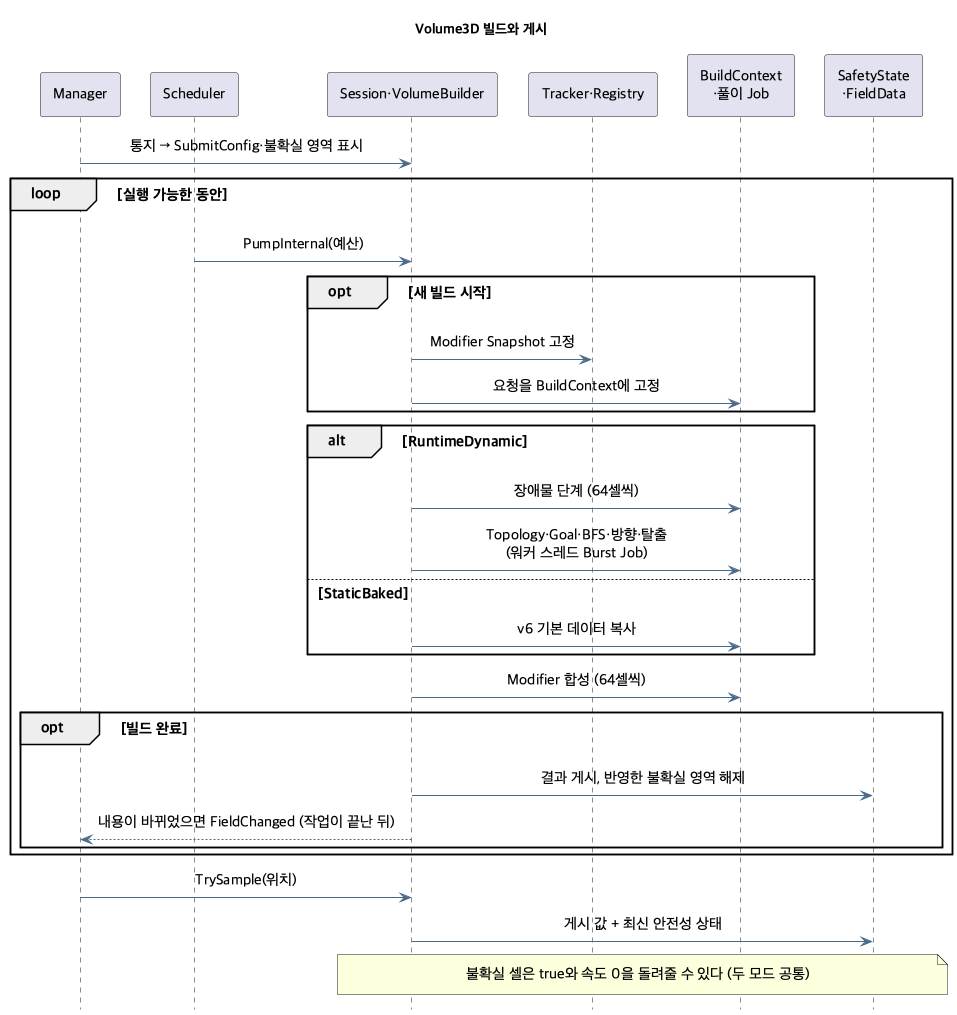
Earlier version of the PlantUML export ToyProject/Assets/_FlowField/Docs/Images/flowfield-volume.png (youwonsock/tool-unity-editor). Its diagram source:
```plantuml
@startuml flowfield-volume
skinparam shadowing false
skinparam defaultFontName "Apple SD Gothic Neo"
skinparam defaultFontSize 15
skinparam ArrowColor #496A88
skinparam Padding 6
skinparam sequenceMessageAlign center
skinparam ParticipantPadding 10
hide footbox
title Volume3D 빌드와 게시

participant "Manager" as M
participant "Scheduler" as Q
participant "Session·VolumeBuilder" as S
participant "Tracker·Registry" as O
participant "BuildContext\n·풀이 Job" as B
participant "SafetyState\n·FieldData" as P

M -> S : 통지 → SubmitConfig·불확실 영역 표시
loop 실행 가능한 동안
  Q -> S : PumpInternal(예산)
  opt 새 빌드 시작
    S -> O : Modifier Snapshot 고정
    S -> B : 요청을 BuildContext에 고정
  end
  alt RuntimeDynamic
    S -> B : 장애물 단계 (64셀씩)
    S -> B : Topology·Goal·BFS·방향·탈출\n(워커 스레드 Burst Job)
  else StaticBaked
    S -> B : v6 기본 데이터 복사
  end
  S -> B : Modifier 합성 (64셀씩)
  opt 빌드 완료
    S -> P : 결과 게시, 반영한 불확실 영역 해제
    S --> M : 내용이 바뀌었으면 FieldChanged (작업이 끝난 뒤)
  end
end
M -> S : TrySample(위치)
S -> P : 게시 값 + 최신 안전성 상태
note over S,P : 불확실 셀은 true와 속도 0을 돌려줄 수 있다 (두 모드 공통)
@enduml
```
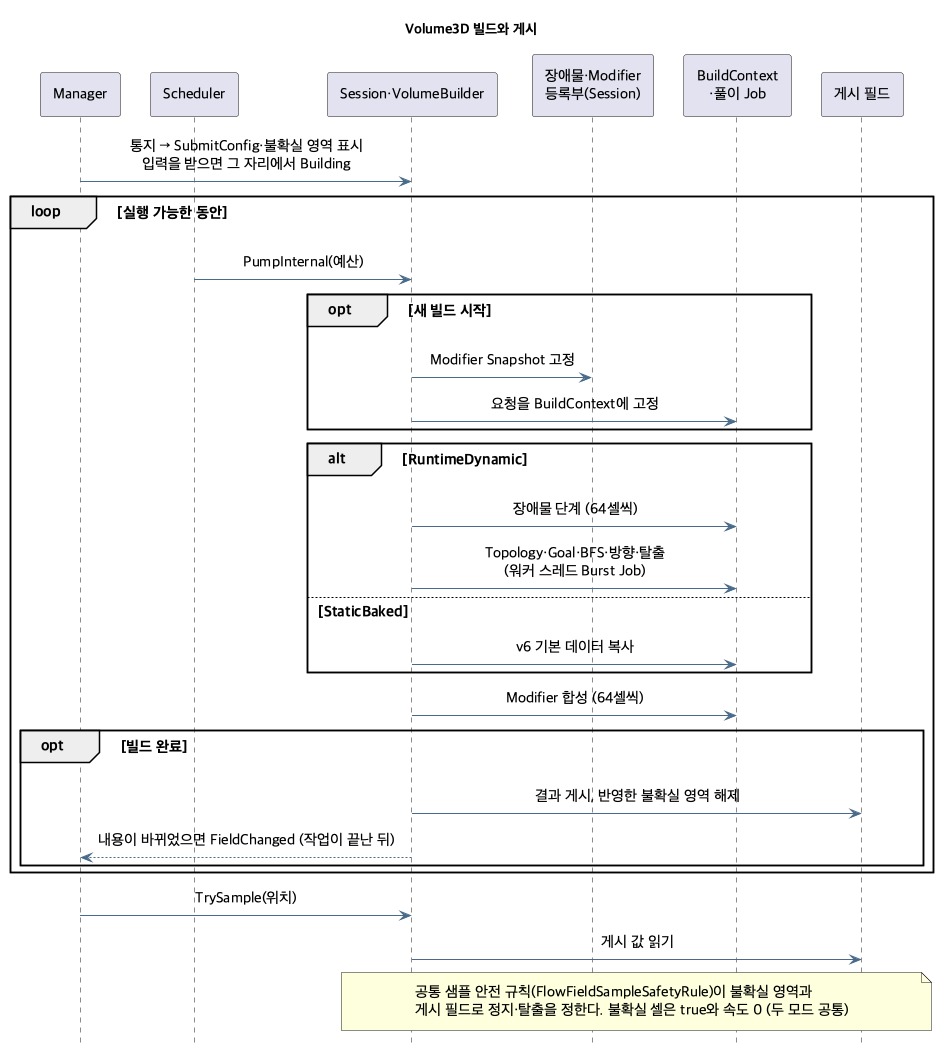
Later version of the same file.

What changed in the source:
```diff
@@ -12,11 +12,11 @@
 participant "Manager" as M
 participant "Scheduler" as Q
 participant "Session·VolumeBuilder" as S
-participant "Tracker·Registry" as O
+participant "장애물·Modifier\n등록부(Session)" as O
 participant "BuildContext\n·풀이 Job" as B
-participant "SafetyState\n·FieldData" as P
+participant "게시 필드" as P
 
-M -> S : 통지 → SubmitConfig·불확실 영역 표시
+M -> S : 통지 → SubmitConfig·불확실 영역 표시\n입력을 받으면 그 자리에서 Building
 loop 실행 가능한 동안
   Q -> S : PumpInternal(예산)
   opt 새 빌드 시작
@@ -36,6 +36,6 @@
   end
 end
 M -> S : TrySample(위치)
-S -> P : 게시 값 + 최신 안전성 상태
-note over S,P : 불확실 셀은 true와 속도 0을 돌려줄 수 있다 (두 모드 공통)
+S -> P : 게시 값 읽기
+note over S,P : 공통 샘플 안전 규칙(FlowFieldSampleSafetyRule)이 불확실 영역과\n게시 필드로 정지·탈출을 정한다. 불확실 셀은 true와 속도 0 (두 모드 공통)
 @enduml
```
